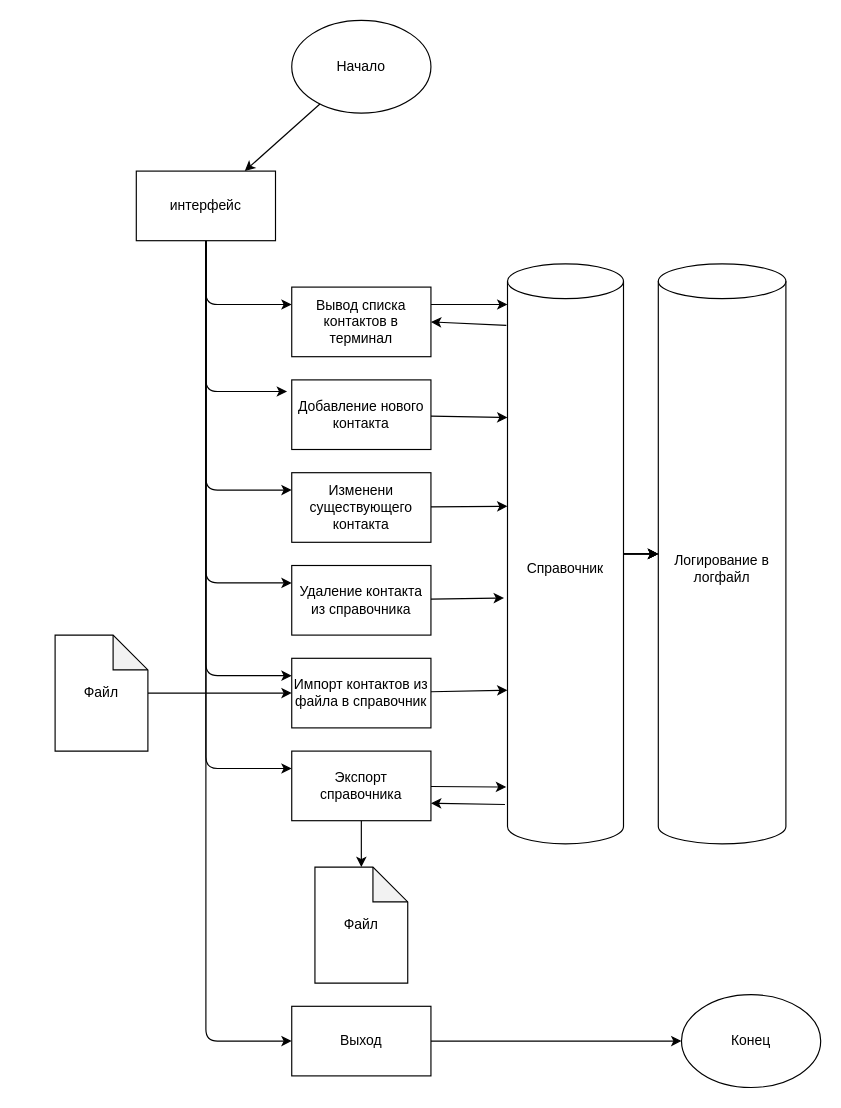
This is block_diagram.drawio from SanYurich/Seminar8TelSprav, a draw.io file, before an edit. Source tidied: cells renumbered, new cells numbered last; positions are measured from the earlier drawing's top-left corner, leaving out a move shared by most shapes. Both pictures are drawn from the tidied source at 116%, with x=0, y=0 at pixel (55, 20).
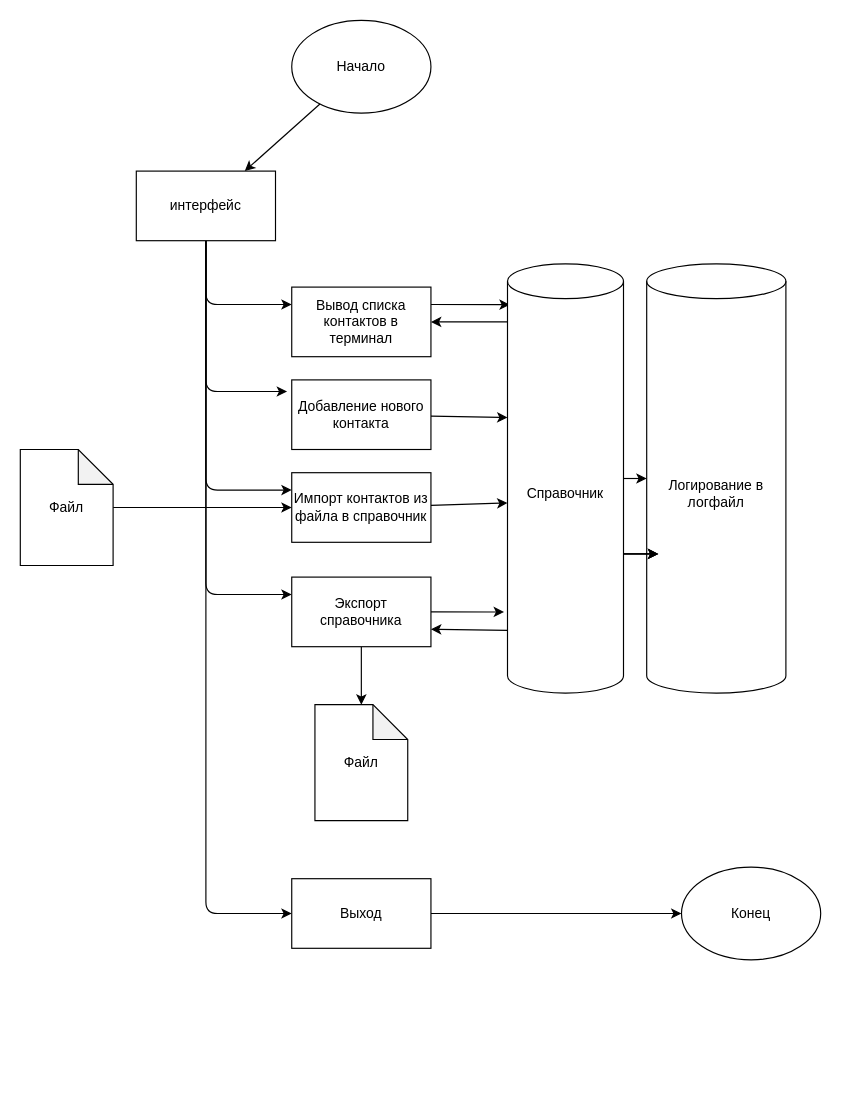
Above is the later version.

Unchanged cells that the change refers to:
```xml
<mxCell id="11" value="интерфейс" style="rounded=0;whiteSpace=wrap;html=1;" parent="1" vertex="1">
  <mxGeometry x="70" y="130" width="120" height="60" as="geometry" />
</mxCell>
<mxCell id="13" value="Вывод списка контактов в терминал" style="rounded=0;whiteSpace=wrap;html=1;" parent="1" vertex="1">
  <mxGeometry x="204" y="230" width="120" height="60" as="geometry" />
</mxCell>
```

The edit, as a diff of the source:
```diff
@@
-    <mxCell id="6" style="edgeStyle=none;html=1;entryX=0;entryY=0.25;entryDx=0;entryDy=0;" parent="1" edge="1" source="11" target="17">
-      <mxGeometry relative="1" as="geometry">
-        <Array as="points">
-          <mxPoint x="130" y="405" />
-        </Array>
-      </mxGeometry>
-    </mxCell>
-    <mxCell id="7" style="edgeStyle=none;html=1;entryX=0;entryY=0.25;entryDx=0;entryDy=0;" parent="1" edge="1" source="11" target="19">
-      <mxGeometry relative="1" as="geometry">
-        <Array as="points">
-          <mxPoint x="130" y="485" />
-        </Array>
-      </mxGeometry>
-    </mxCell>
     <mxCell id="8" style="edgeStyle=none;html=1;entryX=0;entryY=0.25;entryDx=0;entryDy=0;" parent="1" edge="1" source="11" target="24">
       <mxGeometry relative="1" as="geometry">
         <Array as="points">
-          <mxPoint x="130" y="565" />
+          <mxPoint x="130" y="405" />
         </Array>
       </mxGeometry>
     </mxCell>
     <mxCell id="9" style="edgeStyle=none;html=1;entryX=0;entryY=0.25;entryDx=0;entryDy=0;" parent="1" edge="1" source="11" target="22">
       <mxGeometry relative="1" as="geometry">
         <Array as="points">
-          <mxPoint x="130" y="645" />
+          <mxPoint x="130" y="495" />
         </Array>
       </mxGeometry>
     </mxCell>
     <mxCell id="10" style="edgeStyle=none;html=1;entryX=0;entryY=0.5;entryDx=0;entryDy=0;" parent="1" edge="1" source="11" target="37">
       <mxGeometry relative="1" as="geometry">
         <Array as="points">
-          <mxPoint x="130" y="880" />
+          <mxPoint x="130" y="770" />
         </Array>
       </mxGeometry>
     </mxCell>
@@
-    <mxCell id="12" style="edgeStyle=none;html=1;entryX=0;entryY=0.07;entryDx=0;entryDy=0;entryPerimeter=0;exitX=1;exitY=0.25;exitDx=0;exitDy=0;" parent="1" edge="1" source="13" target="29">
+    <mxCell id="12" style="edgeStyle=none;html=1;entryX=0.02;entryY=0.095;entryDx=0;entryDy=0;entryPerimeter=0;exitX=1;exitY=0.25;exitDx=0;exitDy=0;" parent="1" edge="1" source="13" target="29">
       <mxGeometry relative="1" as="geometry" />
     </mxCell>
@@
-    <mxCell id="16" style="edgeStyle=none;html=1;entryX=0;entryY=0.418;entryDx=0;entryDy=0;entryPerimeter=0;" parent="1" edge="1" source="17" target="29">
-      <mxGeometry relative="1" as="geometry" />
-    </mxCell>
-    <mxCell id="17" value="Изменени существующего контакта" style="rounded=0;whiteSpace=wrap;html=1;" parent="1" vertex="1">
-      <mxGeometry x="204" y="390" width="120" height="60" as="geometry" />
-    </mxCell>
-    <mxCell id="18" style="edgeStyle=none;html=1;entryX=-0.03;entryY=0.576;entryDx=0;entryDy=0;entryPerimeter=0;" parent="1" edge="1" source="19" target="29">
-      <mxGeometry relative="1" as="geometry" />
-    </mxCell>
-    <mxCell id="19" value="Удаление контакта из справочника" style="rounded=0;whiteSpace=wrap;html=1;" parent="1" vertex="1">
-      <mxGeometry x="204" y="470" width="120" height="60" as="geometry" />
-    </mxCell>
-    <mxCell id="20" style="edgeStyle=none;html=1;entryX=-0.011;entryY=0.902;entryDx=0;entryDy=0;entryPerimeter=0;" parent="1" edge="1" source="22" target="29">
+    <mxCell id="20" style="edgeStyle=none;html=1;entryX=-0.03;entryY=0.811;entryDx=0;entryDy=0;entryPerimeter=0;" parent="1" edge="1" source="22" target="29">
       <mxGeometry relative="1" as="geometry" />
     </mxCell>
@@
     <mxCell id="22" value="Экспорт справочника" style="rounded=0;whiteSpace=wrap;html=1;" parent="1" vertex="1">
-      <mxGeometry x="204" y="630" width="120" height="60" as="geometry" />
+      <mxGeometry x="204" y="480" width="120" height="60" as="geometry" />
     </mxCell>
-    <mxCell id="23" style="edgeStyle=none;html=1;entryX=0;entryY=0;entryDx=0;entryDy=367.5;entryPerimeter=0;" parent="1" edge="1" source="24" target="29">
+    <mxCell id="23" style="edgeStyle=none;html=1;entryX=0;entryY=0.557;entryDx=0;entryDy=0;entryPerimeter=0;" parent="1" edge="1" source="24" target="29">
       <mxGeometry relative="1" as="geometry" />
     </mxCell>
     <mxCell id="24" value="Импорт контактов из файла в справочник" style="rounded=0;whiteSpace=wrap;html=1;" parent="1" vertex="1">
-      <mxGeometry x="204" y="550" width="120" height="60" as="geometry" />
+      <mxGeometry x="204" y="390" width="120" height="60" as="geometry" />
     </mxCell>
     <mxCell id="25" value="Логирование в логфайл" style="shape=cylinder3;whiteSpace=wrap;html=1;boundedLbl=1;backgroundOutline=1;size=15;" parent="1" vertex="1">
-      <mxGeometry x="520" y="210" width="110" height="500" as="geometry" />
+      <mxGeometry x="510" y="210" width="120" height="370" as="geometry" />
     </mxCell>
-    <mxCell id="26" style="edgeStyle=none;html=1;exitX=-0.01;exitY=0.106;exitDx=0;exitDy=0;exitPerimeter=0;entryX=1;entryY=0.5;entryDx=0;entryDy=0;" parent="1" edge="1" source="29" target="13">
-      <mxGeometry relative="1" as="geometry" />
+    <mxCell id="26" style="edgeStyle=none;html=1;entryX=1;entryY=0.5;entryDx=0;entryDy=0;" parent="1" edge="1" target="13">
+      <mxGeometry relative="1" as="geometry">
+        <mxPoint x="390" y="260" as="sourcePoint" />
+      </mxGeometry>
     </mxCell>
@@
-    <mxCell id="28" style="edgeStyle=none;html=1;exitX=-0.022;exitY=0.932;exitDx=0;exitDy=0;exitPerimeter=0;entryX=1;entryY=0.75;entryDx=0;entryDy=0;" parent="1" edge="1" source="29" target="22">
+    <mxCell id="28" style="edgeStyle=none;html=1;exitX=0;exitY=0.854;exitDx=0;exitDy=0;exitPerimeter=0;entryX=1;entryY=0.75;entryDx=0;entryDy=0;" parent="1" edge="1" source="29" target="22">
       <mxGeometry relative="1" as="geometry" />
     </mxCell>
     <mxCell id="29" value="Справочник" style="shape=cylinder3;whiteSpace=wrap;html=1;boundedLbl=1;backgroundOutline=1;size=15;" parent="1" vertex="1">
-      <mxGeometry x="390" y="210" width="100" height="500" as="geometry" />
+      <mxGeometry x="390" y="210" width="100" height="370" as="geometry" />
     </mxCell>
     <mxCell id="30" value="Файл" style="shape=note;whiteSpace=wrap;html=1;backgroundOutline=1;darkOpacity=0.05;" parent="1" vertex="1">
-      <mxGeometry x="224" y="730" width="80" height="100" as="geometry" />
+      <mxGeometry x="224" y="590" width="80" height="100" as="geometry" />
     </mxCell>
@@
     <mxCell id="35" value="Файл" style="shape=note;whiteSpace=wrap;html=1;backgroundOutline=1;darkOpacity=0.05;" parent="1" vertex="1">
-      <mxGeometry y="530" width="80" height="100" as="geometry" />
+      <mxGeometry x="-30" y="370" width="80" height="100" as="geometry" />
     </mxCell>
@@
     <mxCell id="37" value="Выход" style="rounded=0;whiteSpace=wrap;html=1;" parent="1" vertex="1">
-      <mxGeometry x="204" y="850" width="120" height="60" as="geometry" />
+      <mxGeometry x="204" y="740" width="120" height="60" as="geometry" />
     </mxCell>
     <mxCell id="38" value="Конец" style="ellipse;whiteSpace=wrap;html=1;" parent="1" vertex="1">
-      <mxGeometry x="540" y="840" width="120" height="80" as="geometry" />
+      <mxGeometry x="540" y="730" width="120" height="80" as="geometry" />
     </mxCell>
```
